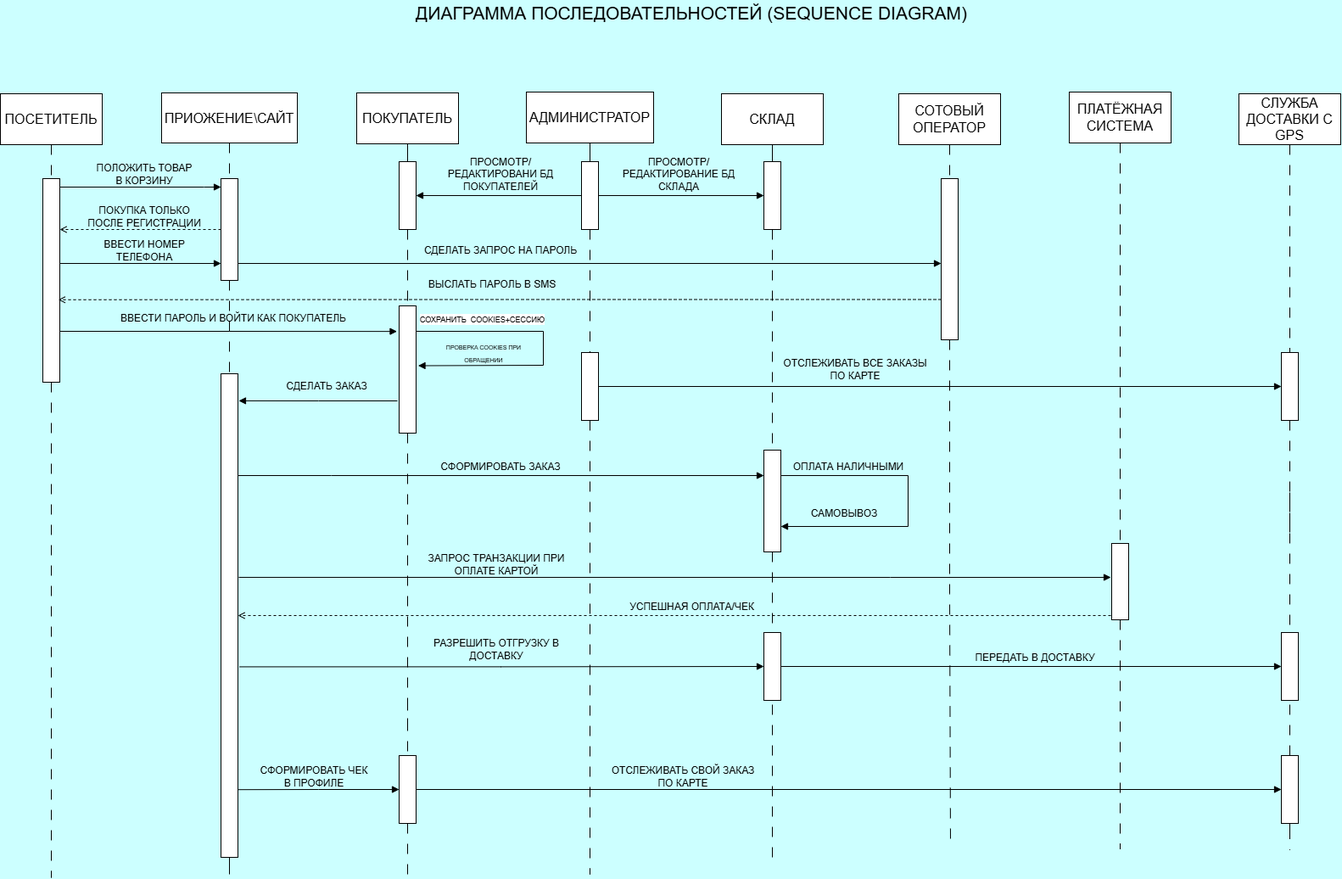
The draw.io diagram 3.sequence diagram.png in YaroslavEvdokimoff/TP, before a commit. Source tidied: cells renumbered, new cells last; positions are measured from the earlier drawing's top-left corner, leaving out a move shared by most shapes.
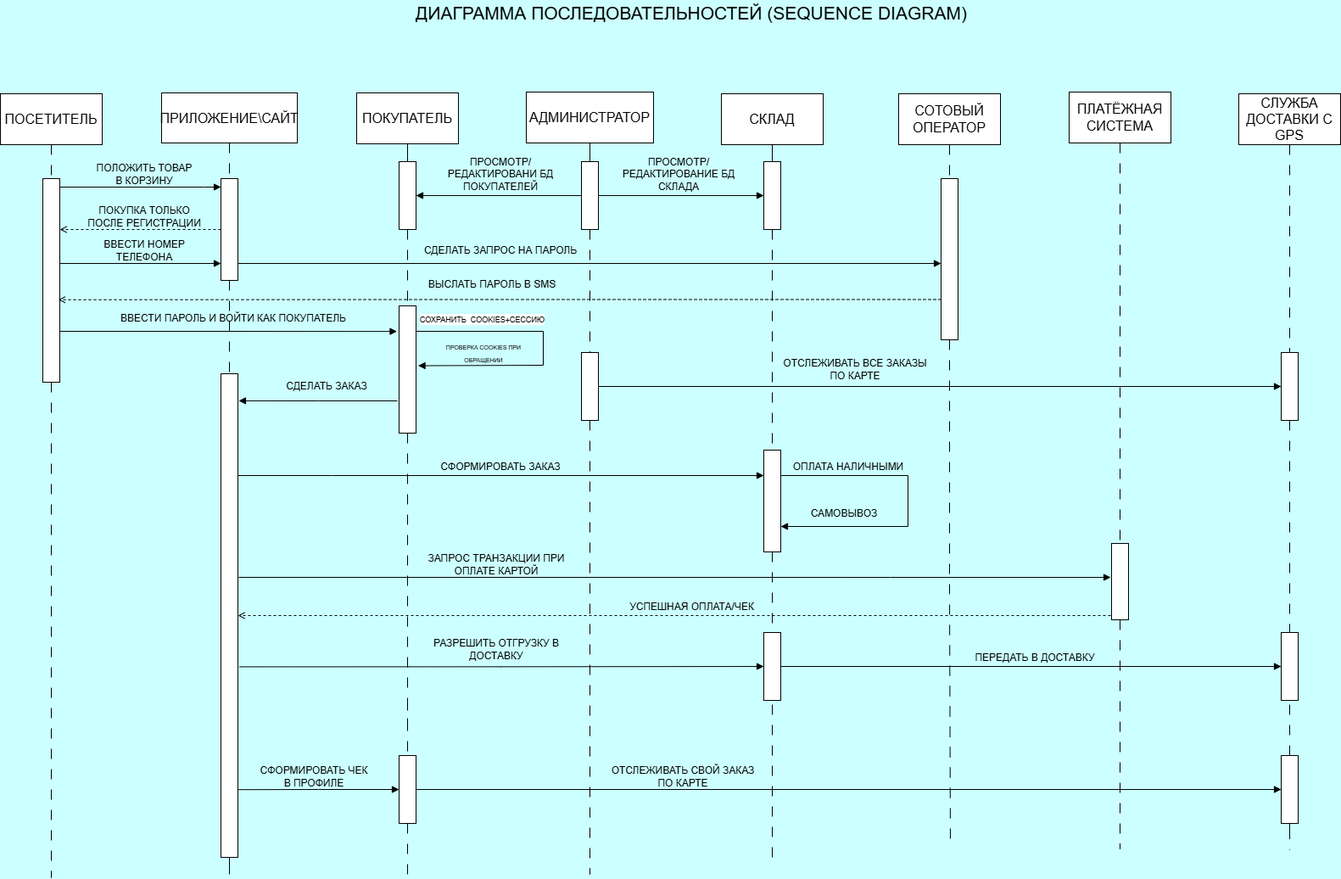
Above is the later version.

The edit, as a diff of the source:
```diff
@@ -26,7 +26,7 @@
         <mxPoint x="270" y="1030" as="targetPoint" />
       </mxGeometry>
     </mxCell>
-    <mxCell id="8" value="&lt;font style=&quot;font-size: 16px;&quot;&gt;ПРИОЖЕНИЕ\САЙТ&lt;/font&gt;" style="rounded=0;whiteSpace=wrap;html=1;" parent="1" vertex="1">
+    <mxCell id="8" value="&lt;font style=&quot;font-size: 16px;&quot;&gt;ПРИЛОЖЕНИЕ\САЙТ&lt;/font&gt;" style="rounded=0;whiteSpace=wrap;html=1;" parent="1" vertex="1">
       <mxGeometry x="190" y="109" width="160" height="59" as="geometry" />
     </mxCell>
     <mxCell id="9" style="edgeStyle=orthogonalEdgeStyle;rounded=0;jettySize=auto;html=1;dashed=1;dashPattern=12 12;endArrow=none;endFill=0;" parent="1" edge="1" source="75">
@@ -70,11 +70,6 @@
     <mxCell id="18" value="&lt;font style=&quot;font-size: 16px;&quot;&gt;АДМИНИСТРАТОР&lt;/font&gt;" style="rounded=0;whiteSpace=wrap;html=1;" parent="1" vertex="1">
       <mxGeometry x="620" y="108" width="150" height="60" as="geometry" />
     </mxCell>
-    <mxCell id="19" style="edgeStyle=orthogonalEdgeStyle;rounded=0;jettySize=auto;html=1;dashed=1;dashPattern=12 12;endArrow=none;endFill=0;" parent="1" edge="1" source="91">
-      <mxGeometry relative="1" as="geometry">
-        <mxPoint x="1520" y="630" as="targetPoint" />
-      </mxGeometry>
-    </mxCell>
     <mxCell id="20" style="edgeStyle=orthogonalEdgeStyle;rounded=0;jettySize=auto;html=1;dashed=1;dashPattern=12 12;endArrow=none;endFill=0;" parent="1" edge="1" source="3" target="23">
       <mxGeometry relative="1" as="geometry" />
     </mxCell>
@@ -262,12 +257,6 @@
         </Array>
       </mxGeometry>
     </mxCell>
-    <mxCell id="66" style="edgeStyle=orthogonalEdgeStyle;rounded=0;orthogonalLoop=1;jettySize=auto;html=1;dashed=1;dashPattern=12 12;endArrow=none;endFill=0;" parent="1" edge="1">
-      <mxGeometry relative="1" as="geometry">
-        <mxPoint x="1520" y="580" as="sourcePoint" />
-        <mxPoint x="1520" y="750" as="targetPoint" />
-      </mxGeometry>
-    </mxCell>
     <mxCell id="67" style="rounded=0;whiteSpace=wrap;html=1;" parent="1" vertex="1">
       <mxGeometry x="1510" y="745" width="20" height="80" as="geometry" />
     </mxCell>
@@ -344,6 +333,9 @@
     <mxCell id="90" style="edgeStyle=orthogonalEdgeStyle;rounded=0;jettySize=auto;html=1;dashed=1;dashPattern=12 12;endArrow=none;endFill=0;" parent="1" edge="1" source="10" target="91">
       <mxGeometry relative="1" as="geometry" />
     </mxCell>
+    <mxCell id="93" style="edgeStyle=orthogonalEdgeStyle;rounded=0;jettySize=auto;html=1;entryX=0.5;entryY=0;entryDx=0;entryDy=0;endArrow=none;endFill=0;dashed=1;dashPattern=12 12;" parent="1" edge="1" source="91" target="67">
+      <mxGeometry relative="1" as="geometry" />
+    </mxCell>
     <mxCell id="91" style="rounded=0;whiteSpace=wrap;html=1;" parent="1" vertex="1">
       <mxGeometry x="1510" y="415" width="20" height="80" as="geometry" />
     </mxCell>
```
